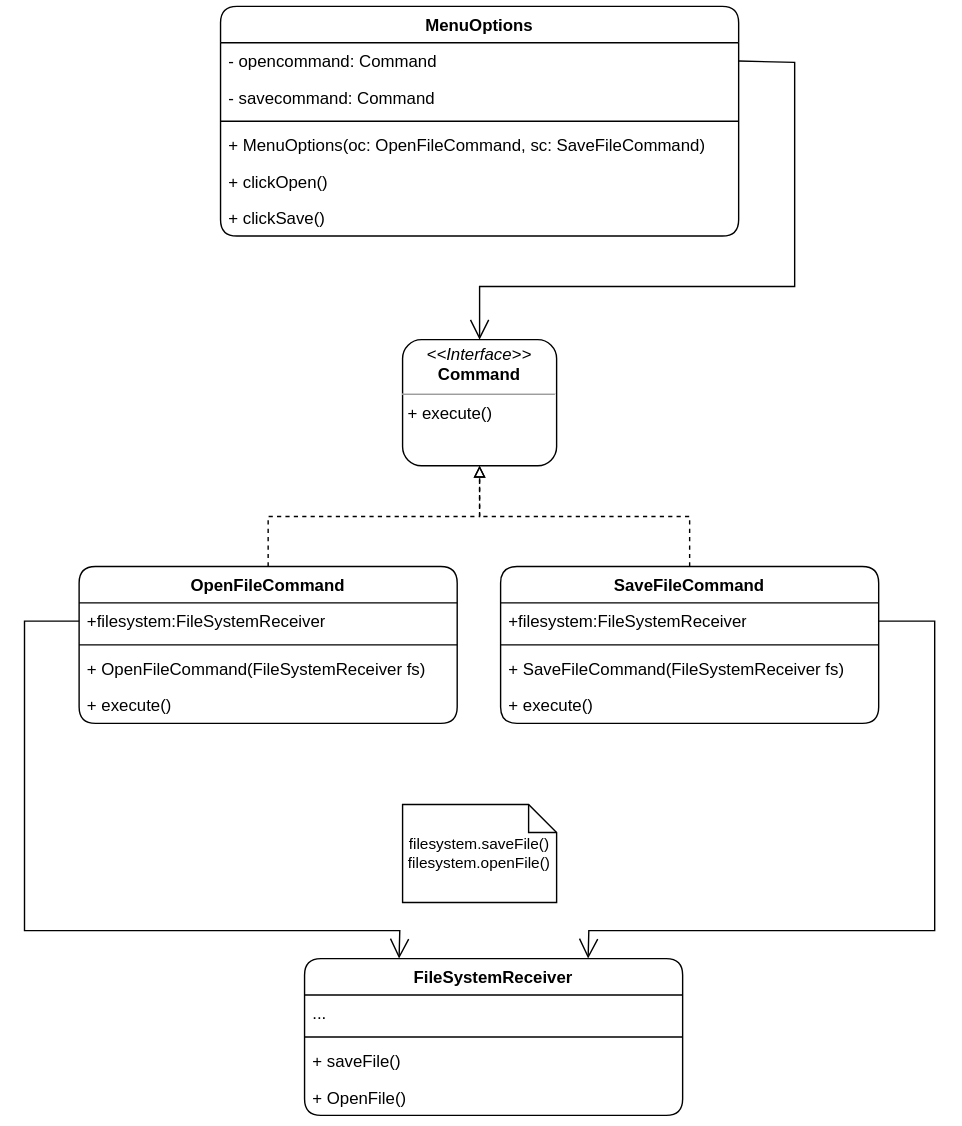
Above: design_patterns/behavioral/diagrams/command.svg in zahydo/software_engineering_II_lessons (draw.io), before the change. Source tidied: cells renumbered, new cells last; positions are measured from the earlier drawing's top-left corner, leaving out a move shared by most shapes.
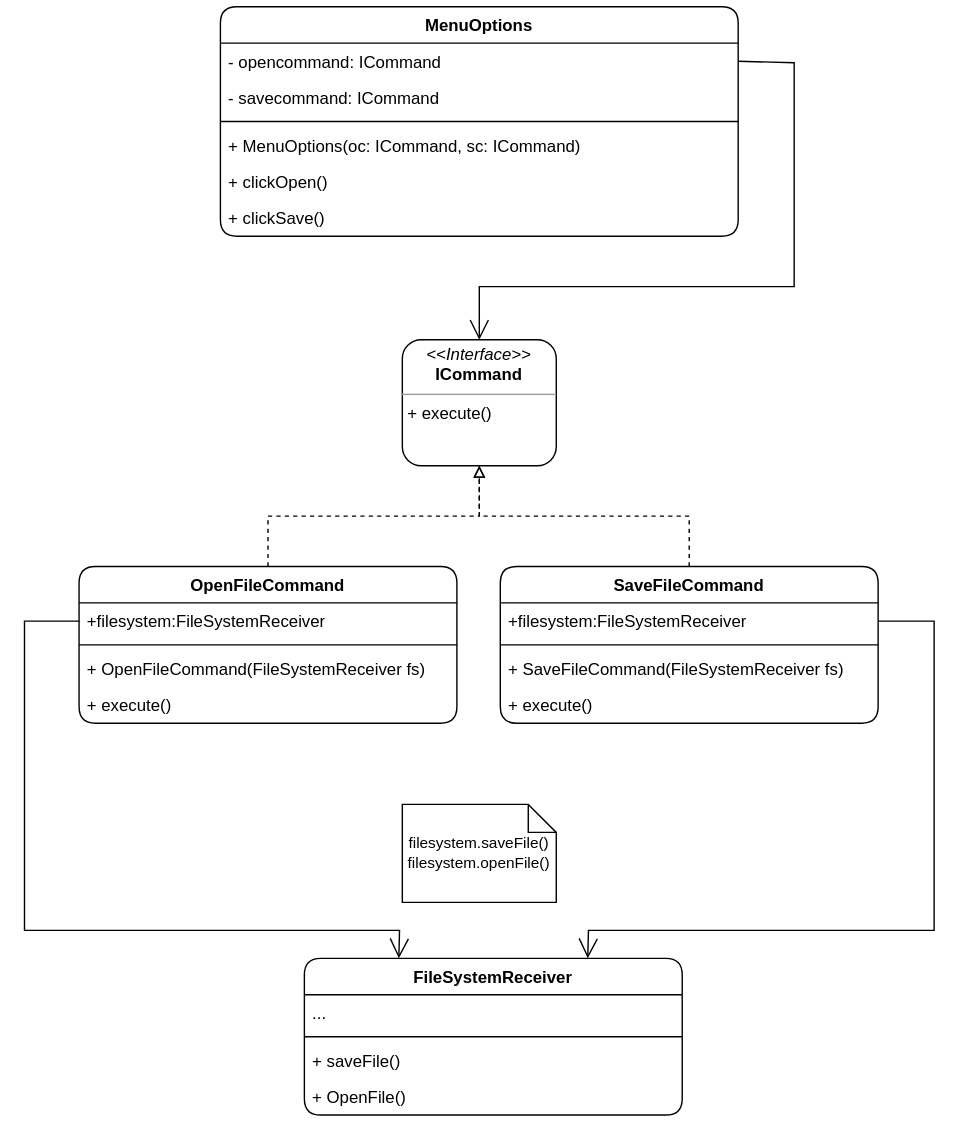
After the change.

What changed in the source:
```diff
@@ -2,7 +2,7 @@
   <root>
     <mxCell id="0" />
     <mxCell id="1" parent="0" />
-    <mxCell id="2" value="&lt;p style=&quot;margin:0px;margin-top:4px;text-align:center;&quot;&gt;&lt;i&gt;&amp;lt;&amp;lt;Interface&amp;gt;&amp;gt;&lt;/i&gt;&lt;br&gt;&lt;b&gt;Command&lt;/b&gt;&lt;/p&gt;&lt;hr size=&quot;1&quot;&gt;&lt;p style=&quot;margin:0px;margin-left:4px;&quot;&gt;+ execute()&lt;br&gt;&lt;/p&gt;" style="verticalAlign=top;align=left;overflow=fill;fontSize=12;fontFamily=Helvetica;html=1;whiteSpace=wrap;rounded=1;" parent="1" vertex="1">
+    <mxCell id="2" value="&lt;p style=&quot;margin:0px;margin-top:4px;text-align:center;&quot;&gt;&lt;i&gt;&amp;lt;&amp;lt;Interface&amp;gt;&amp;gt;&lt;/i&gt;&lt;br&gt;&lt;b&gt;ICommand&lt;/b&gt;&lt;/p&gt;&lt;hr size=&quot;1&quot;&gt;&lt;p style=&quot;margin:0px;margin-left:4px;&quot;&gt;+ execute()&lt;br&gt;&lt;/p&gt;" style="verticalAlign=top;align=left;overflow=fill;fontSize=12;fontFamily=Helvetica;html=1;whiteSpace=wrap;rounded=1;" parent="1" vertex="1">
       <mxGeometry x="270" y="238" width="110" height="90" as="geometry" />
     </mxCell>
     <mxCell id="3" style="edgeStyle=elbowEdgeStyle;shape=connector;rounded=0;jettySize=auto;elbow=vertical;html=1;entryX=0.5;entryY=1;entryDx=0;entryDy=0;labelBackgroundColor=default;strokeColor=default;fontFamily=Helvetica;fontSize=11;fontColor=default;endArrow=block;endFill=0;dashed=1;" parent="1" edge="1" source="4" target="2">
@@ -44,16 +44,16 @@
     <mxCell id="15" value="MenuOptions" style="swimlane;fontStyle=1;align=center;verticalAlign=top;horizontal=1;startSize=26;whiteSpace=wrap;html=1;rounded=1;" parent="1" vertex="1">
       <mxGeometry x="140" width="370" height="164" as="geometry" />
     </mxCell>
-    <mxCell id="16" value="- opencommand: Command" style="text;strokeColor=none;fillColor=none;align=left;verticalAlign=top;spacingLeft=4;spacingRight=4;overflow=hidden;points=[[0,0.5],[1,0.5]];portConstraint=eastwest;whiteSpace=wrap;html=1;" parent="15" vertex="1">
+    <mxCell id="16" value="- opencommand: ICommand" style="text;strokeColor=none;fillColor=none;align=left;verticalAlign=top;spacingLeft=4;spacingRight=4;overflow=hidden;points=[[0,0.5],[1,0.5]];portConstraint=eastwest;whiteSpace=wrap;html=1;" parent="15" vertex="1">
       <mxGeometry y="26" width="370" height="26" as="geometry" />
     </mxCell>
-    <mxCell id="17" value="- savecommand: Command" style="text;strokeColor=none;fillColor=none;align=left;verticalAlign=top;spacingLeft=4;spacingRight=4;overflow=hidden;whiteSpace=wrap;html=1;" parent="15" vertex="1">
+    <mxCell id="17" value="- savecommand: ICommand" style="text;strokeColor=none;fillColor=none;align=left;verticalAlign=top;spacingLeft=4;spacingRight=4;overflow=hidden;whiteSpace=wrap;html=1;" parent="15" vertex="1">
       <mxGeometry y="52" width="370" height="26" as="geometry" />
     </mxCell>
     <mxCell id="18" style="line;strokeWidth=1;fillColor=none;align=left;verticalAlign=middle;spacingTop=-1;spacingLeft=3;spacingRight=3;labelPosition=right;strokeColor=inherit;" parent="15" vertex="1">
       <mxGeometry y="78" width="370" height="8" as="geometry" />
     </mxCell>
-    <mxCell id="19" value="+ MenuOptions(oc: OpenFileCommand, sc: SaveFileCommand)" style="text;strokeColor=none;fillColor=none;align=left;verticalAlign=top;spacingLeft=4;spacingRight=4;overflow=hidden;whiteSpace=wrap;html=1;" parent="15" vertex="1">
+    <mxCell id="19" value="+ MenuOptions(oc: ICommand, sc: ICommand)" style="text;strokeColor=none;fillColor=none;align=left;verticalAlign=top;spacingLeft=4;spacingRight=4;overflow=hidden;whiteSpace=wrap;html=1;" parent="15" vertex="1">
       <mxGeometry y="86" width="370" height="26" as="geometry" />
     </mxCell>
     <mxCell id="20" value="+ clickOpen()" style="text;strokeColor=none;fillColor=none;align=left;verticalAlign=top;spacingLeft=4;spacingRight=4;overflow=hidden;whiteSpace=wrap;html=1;" parent="15" vertex="1">
```
